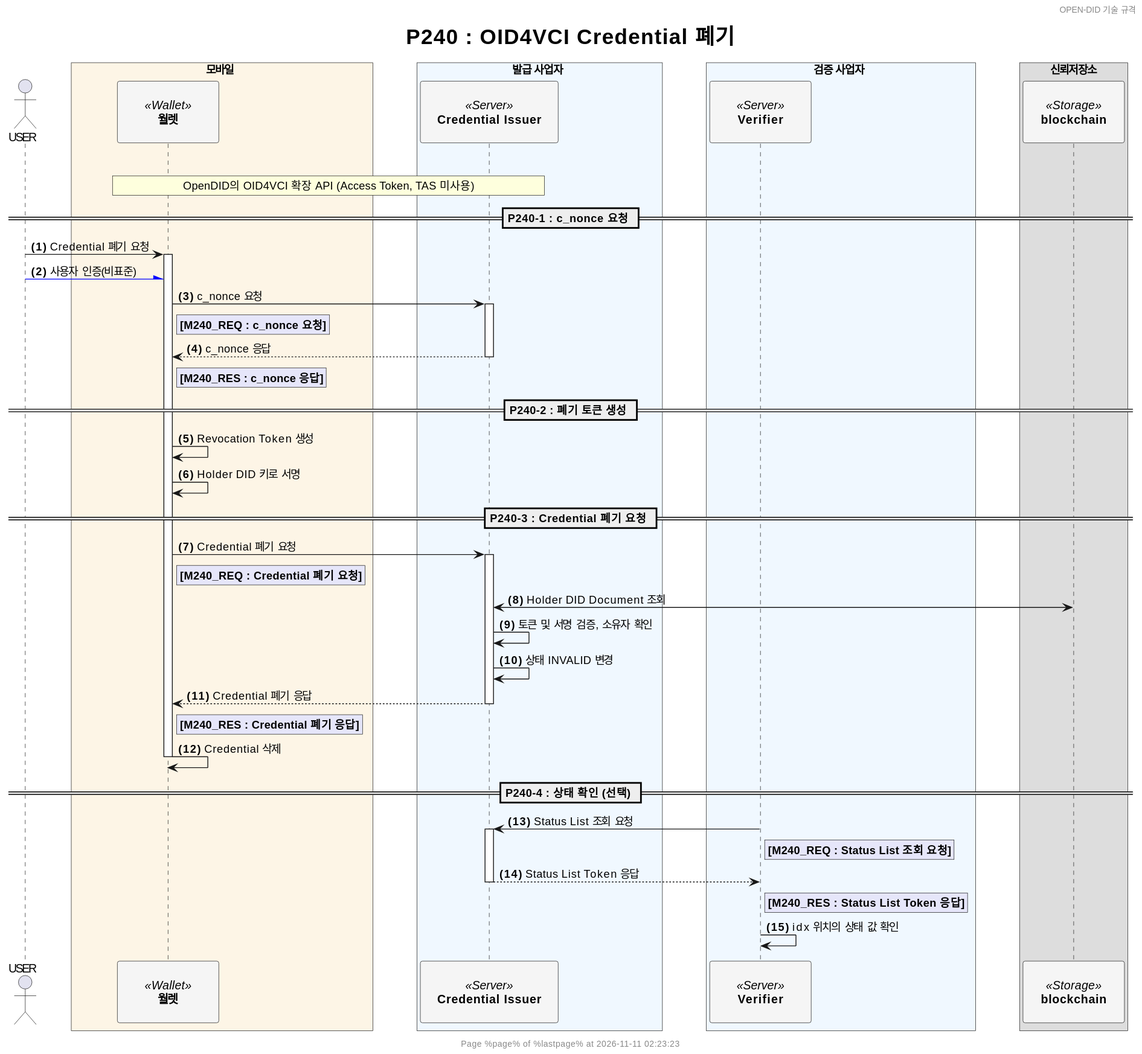
Earlier version of the PlantUML export docs/sequence/simple/images/P240_oid4vci_revoke_credential_simple_ko.svg (OmniOneID/did-doc-architecture). The source it was exported from:
```plantuml
@startuml
header OPEN-DID 기술 규격
footer
  	Page %page% of %lastpage% at %date("yyyy-MM-dd hh:mm:ss")
end footer

title
	<size:25>P240 : OID4VCI Credential 폐기</size>
end title

autonumber "<b>(#)</b>"

<style>
participant {
  Padding 20
}
</style>
skinparam BoxPadding 20
skinparam MaxMessageSize 500
skinparam MinClassWidth 80


actor USER

box 모바일 #OldLace
    participant "**월렛**" as WALLET <<Wallet>> #WhiteSmoke
end box

box 발급 사업자 #AliceBlue
    participant "**Credential Issuer**" as CI <<Server>> #WhiteSmoke
end box

box 검증 사업자 #AliceBlue
    participant "**Verifier**" as VERIFIER <<Server>> #WhiteSmoke
end box

box 신뢰저장소
    participant "**blockchain**" as BC <<Storage>> #WhiteSmoke
end box


!$refdoc = "별도 문서 참조"
!$doc = "데이터명세 문서 참조"

|||

rnote over WALLET, CI
    OpenDID의 OID4VCI 확장 API (Access Token, TAS 미사용)
end rnote

== P240-1 : c_nonce 요청 ==
USER -> WALLET: Credential 폐기 요청
activate WALLET
USER -[#Blue]\ WALLET: 사용자 인증(비표준)
WALLET -> CI++: c_nonce 요청
    rnote right of WALLET #Lavender
        **[M240_REQ : c_nonce 요청]**
    end note
return c_nonce 응답
rnote right of WALLET #Lavender
    **[M240_RES : c_nonce 응답]**
end note

== P240-2 : 폐기 토큰 생성 ==
WALLET -> WALLET: Revocation Token 생성
WALLET -> WALLET: Holder DID 키로 서명

== P240-3 : Credential 폐기 요청 ==
WALLET -> CI++: Credential 폐기 요청
    rnote right of WALLET #Lavender
        **[M240_REQ : Credential 폐기 요청]**
    end note
    CI <-> BC: Holder DID Document 조회
    CI -> CI: 토큰 및 서명 검증, 소유자 확인
    CI -> CI: 상태 INVALID 변경
return Credential 폐기 응답
rnote right of WALLET #Lavender
    **[M240_RES : Credential 폐기 응답]**
end note
WALLET -> WALLET: Credential 삭제
deactivate WALLET

== P240-4 : 상태 확인 (선택) ==
VERIFIER -> CI++: Status List 조회 요청
    rnote right of VERIFIER #Lavender
        **[M240_REQ : Status List 조회 요청]**
    end note
return Status List Token 응답
rnote right of VERIFIER #Lavender
    **[M240_RES : Status List Token 응답]**
end note
VERIFIER -> VERIFIER: idx 위치의 상태 값 확인
@enduml
```
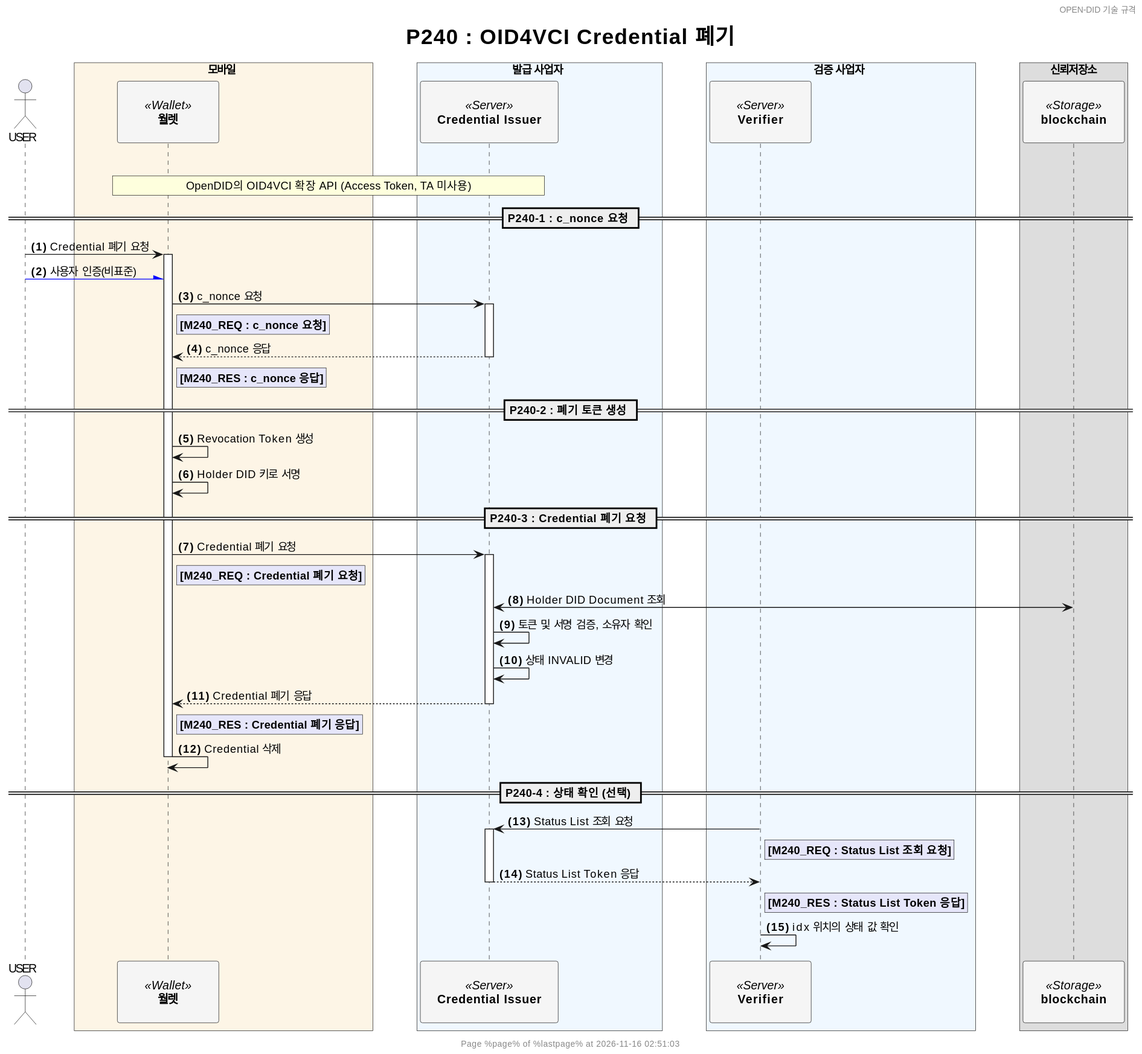
The same diagram one commit later.

The edit, as a diff of the source:
```diff
@@ -45,7 +45,7 @@
 |||
 
 rnote over WALLET, CI
-    OpenDID의 OID4VCI 확장 API (Access Token, TAS 미사용)
+    OpenDID의 OID4VCI 확장 API (Access Token, TA 미사용)
 end rnote
 
 == P240-1 : c_nonce 요청 ==
```
